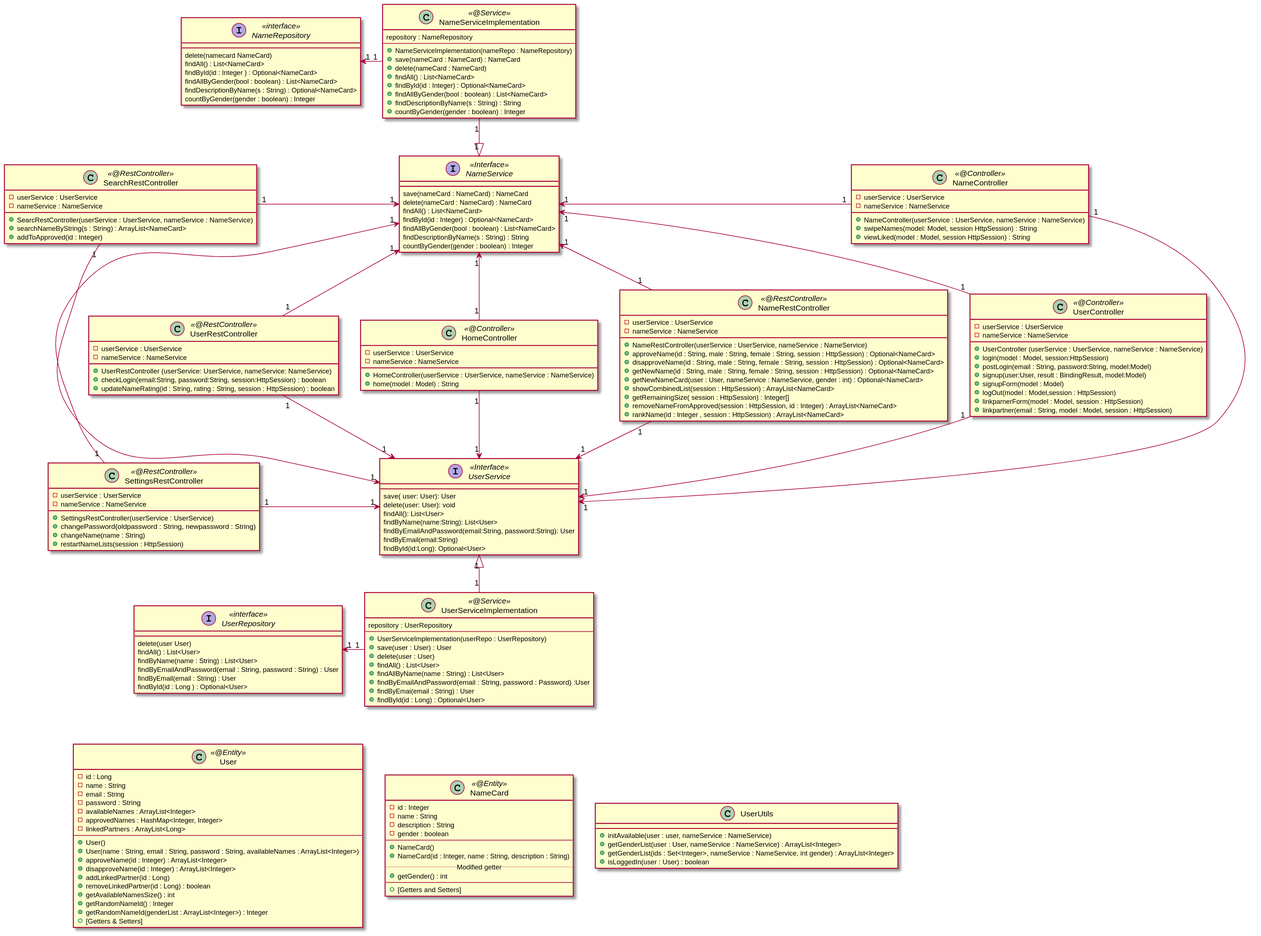
Above: nafnaneistar/out/diagrams/Class diagrams/Nafnaneistar.svg in RutB/Throbo2_nafnaneistar (PlantUML), before the change.
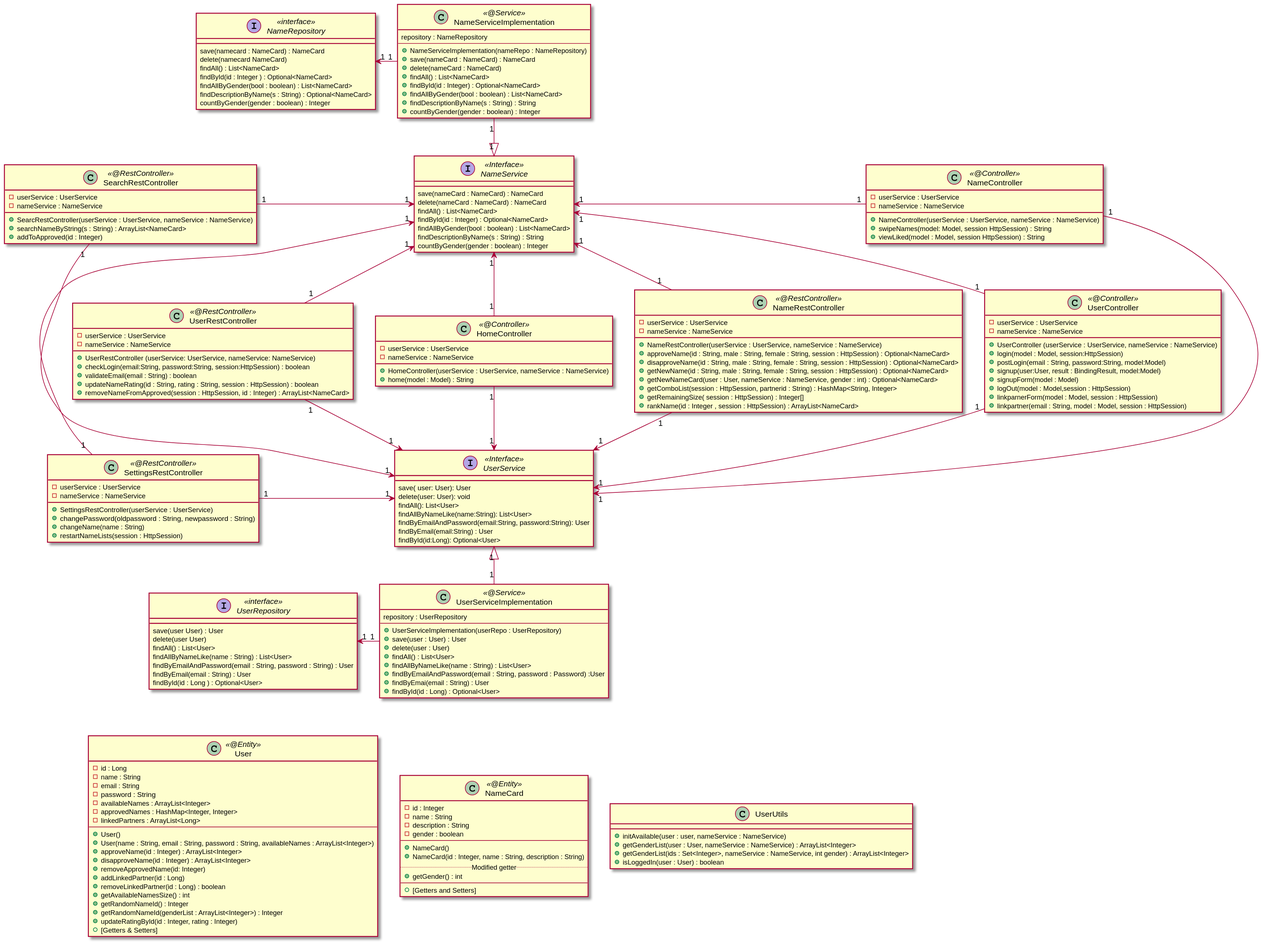
After the change.

The edit, as a diff of the source:
```diff
@@ -13,11 +13,13 @@
     +User(name : String, email : String, password : String, availableNames : ArrayList<Integer>)
     +approveName(id : Integer) : ArrayList<Integer>
     +disapproveName(id : Integer) : ArrayList<Integer>
+    +removeApprovedName(id: Integer)
     +addLinkedPartner(id : Long)
     +removeLinkedPartner(id : Long) : boolean
     +getAvailableNamesSize() : int
     +getRandomNameId() : Integer
     +getRandomNameId(genderList : ArrayList<Integer>) : Integer
+    +updateRatingById(id : Integer, rating : Integer)
     +[Getters & Setters]
 }
 Class NameCard <<@Entity>> {
@@ -57,10 +59,10 @@
     +disapproveName(id : String, male : String, female : String, session : HttpSession) : Optional<NameCard>
     +getNewName(id : String, male : String, female : String, session : HttpSession) : Optional<NameCard>
     +getNewNameCard(user : User, nameService : NameService, gender : int) : Optional<NameCard>
-    +showCombinedList(session : HttpSession) : ArrayList<NameCard>
+    +getComboList(session : HttpSession, partnerid : String) : HashMap<String, Integer>
     +getRemainingSize( session : HttpSession) : Integer[]
-    +removeNameFromApproved(session : HttpSession, id : Integer) : ArrayList<NameCard>
     +rankName(id : Integer , session : HttpSession) : ArrayList<NameCard>
+
 }
 
 class UserController <<@Controller>> {
@@ -75,6 +77,7 @@
     +linkparnerForm(model : Model, session : HttpSession)
     +linkpartner(email : String, model : Model, session : HttpSession)
 
+
 }
 
 class UserRestController <<@RestController>> {
@@ -82,16 +85,18 @@
     -nameService : NameService
     +UserRestController (userService: UserService, nameService: NameService)
     +checkLogin(email:String, password:String, session:HttpSession) : boolean
+    +validateEmail(email : String) : boolean
     +updateNameRating(id : String, rating : String, session : HttpSession) : boolean
+    +removeNameFromApproved(session : HttpSession, id : Integer) : ArrayList<NameCard>
 }
 
 Interface UserService <<Interface>> {
     save( user: User): User
     delete(user: User): void
     findAll(): List<User>
-    findByName(name:String): List<User>
+    findAllByNameLike(name:String): List<User>
     findByEmailAndPassword(email:String, password:String): User
-    findByEmail(email:String)
+    findByEmail(email:String) : User
     findById(id:Long): Optional<User>
 }
 class UserServiceImplementation <<@Service>> {
@@ -101,7 +106,7 @@
     +save(user : User) : User
     +delete(user : User)
     +findAll() : List<User>
-    +findAllByName(name : String) : List<User>
+    +findAllByNameLike(name : String) : List<User>
     +findByEmailAndPassword(email : String, password : Password) :User
     +findByEmai(email : String) : User
     +findById(id : Long) : Optional<User>
@@ -109,6 +114,7 @@
 
 
 Interface NameRepository<<interface>> {
+    save(namecard : NameCard) : NameCard
     delete(namecard NameCard)
     findAll() : List<NameCard>
     findById(id : Integer ) : Optional<NameCard>
@@ -119,9 +125,10 @@
 }
 
 Interface UserRepository<<interface>> {
+    save(user User) : User
     delete(user User)
     findAll() : List<User>
-    findByName(name : String) : List<User>
+    findAllByNameLike(name : String) : List<User>
     findByEmailAndPassword(email : String, password : String) : User
     findByEmail(email : String) : User
     findById(id : Long ) : Optional<User>
```
